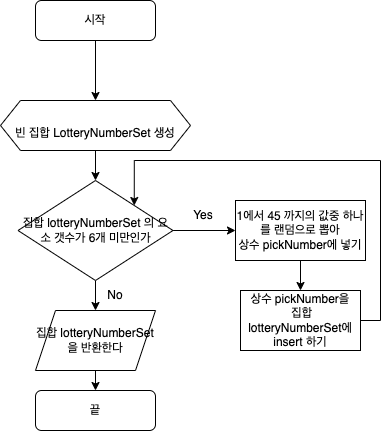
The draw.io diagram CodeStarterCamp_Week2/Step1_순서도.png in yagom-academy/swift-starter-Round2, before a commit. Source tidied: cells renumbered, new cells last; positions are measured from the earlier drawing's top-left corner, leaving out a move shared by most shapes. Source of this version:
```xml
<mxGraphModel>
  <root>
    <mxCell id="0" />
    <mxCell id="1" parent="0" />
    <mxCell id="2" style="edgeStyle=orthogonalEdgeStyle;rounded=0;jettySize=auto;html=1;exitX=0.5;exitY=1;exitDx=0;exitDy=0;" parent="1" edge="1" source="3" target="6">
      <mxGeometry relative="1" as="geometry" />
    </mxCell>
    <mxCell id="3" value="시작" style="rounded=1;whiteSpace=wrap;html=1;fontSize=12;glass=0;strokeWidth=1;shadow=0;" parent="1" vertex="1">
      <mxGeometry x="35" width="120" height="40" as="geometry" />
    </mxCell>
    <mxCell id="4" value="끝" style="rounded=1;whiteSpace=wrap;html=1;fontSize=12;glass=0;strokeWidth=1;shadow=0;" parent="1" vertex="1">
      <mxGeometry x="35" y="390" width="120" height="40" as="geometry" />
    </mxCell>
    <mxCell id="5" style="edgeStyle=orthogonalEdgeStyle;rounded=0;jettySize=auto;html=1;exitX=0.5;exitY=1;exitDx=0;exitDy=0;entryX=0.5;entryY=0;entryDx=0;entryDy=0;" parent="1" edge="1" source="6" target="9">
      <mxGeometry relative="1" as="geometry" />
    </mxCell>
    <mxCell id="6" value="&lt;br&gt;빈 집합 LotteryNumberSet 생성" style="shape=hexagon;perimeter=hexagonPerimeter2;whiteSpace=wrap;html=1;fixedSize=1;" parent="1" vertex="1">
      <mxGeometry y="100" width="190" height="50" as="geometry" />
    </mxCell>
    <mxCell id="7" style="edgeStyle=orthogonalEdgeStyle;rounded=0;jettySize=auto;html=1;exitX=0.5;exitY=1;exitDx=0;exitDy=0;" parent="1" edge="1" source="9" target="11">
      <mxGeometry relative="1" as="geometry" />
    </mxCell>
    <mxCell id="8" style="edgeStyle=orthogonalEdgeStyle;rounded=0;jettySize=auto;html=1;exitX=1;exitY=0.5;exitDx=0;exitDy=0;entryX=0;entryY=0.5;entryDx=0;entryDy=0;" parent="1" edge="1" source="9" target="14">
      <mxGeometry relative="1" as="geometry" />
    </mxCell>
    <mxCell id="9" value="집합 lotteryNumberSet 의 요소 갯수가 6개 미만인가" style="rhombus;whiteSpace=wrap;html=1;" parent="1" vertex="1">
      <mxGeometry x="17.5" y="180" width="155" height="100" as="geometry" />
    </mxCell>
    <mxCell id="10" style="edgeStyle=orthogonalEdgeStyle;rounded=0;jettySize=auto;html=1;exitX=0.5;exitY=1;exitDx=0;exitDy=0;entryX=0.5;entryY=0;entryDx=0;entryDy=0;" parent="1" edge="1" source="11" target="4">
      <mxGeometry relative="1" as="geometry" />
    </mxCell>
    <mxCell id="11" value="집합 lotteryNumberSet을 반환한다" style="shape=parallelogram;perimeter=parallelogramPerimeter;whiteSpace=wrap;html=1;fixedSize=1;" parent="1" vertex="1">
      <mxGeometry x="35" y="310" width="120" height="60" as="geometry" />
    </mxCell>
    <mxCell id="12" value="No" style="text;html=1;strokeColor=none;fillColor=none;align=center;verticalAlign=middle;whiteSpace=wrap;rounded=0;" parent="1" vertex="1">
      <mxGeometry x="85" y="280" width="60" height="30" as="geometry" />
    </mxCell>
    <mxCell id="13" style="edgeStyle=orthogonalEdgeStyle;rounded=0;jettySize=auto;html=1;exitX=0.5;exitY=1;exitDx=0;exitDy=0;entryX=0.5;entryY=0;entryDx=0;entryDy=0;" parent="1" edge="1" source="14" target="17">
      <mxGeometry relative="1" as="geometry" />
    </mxCell>
    <mxCell id="14" value="1에서 45 까지의 값중 하나를 랜덤으로 뽑아&lt;br&gt;상수 pickNumber에 넣기" style="rounded=0;whiteSpace=wrap;html=1;" parent="1" vertex="1">
      <mxGeometry x="235" y="200" width="130" height="60" as="geometry" />
    </mxCell>
    <mxCell id="15" value="Yes" style="text;html=1;strokeColor=none;fillColor=none;align=center;verticalAlign=middle;whiteSpace=wrap;rounded=0;" parent="1" vertex="1">
      <mxGeometry x="172.5" y="200" width="60" height="30" as="geometry" />
    </mxCell>
    <mxCell id="16" style="edgeStyle=orthogonalEdgeStyle;rounded=0;jettySize=auto;html=1;exitX=1;exitY=0.5;exitDx=0;exitDy=0;entryX=1;entryY=0;entryDx=0;entryDy=0;" parent="1" edge="1" source="17" target="9">
      <mxGeometry relative="1" as="geometry">
        <Array as="points">
          <mxPoint x="380" y="320" />
          <mxPoint x="380" y="160" />
          <mxPoint x="134" y="160" />
        </Array>
      </mxGeometry>
    </mxCell>
    <mxCell id="17" value="상수 pickNumber을&lt;br&gt;&amp;nbsp;집합 lotteryNumberSet에 insert 하기" style="rounded=0;whiteSpace=wrap;html=1;" parent="1" vertex="1">
      <mxGeometry x="240" y="290" width="120" height="60" as="geometry" />
    </mxCell>
  </root>
</mxGraphModel>
```
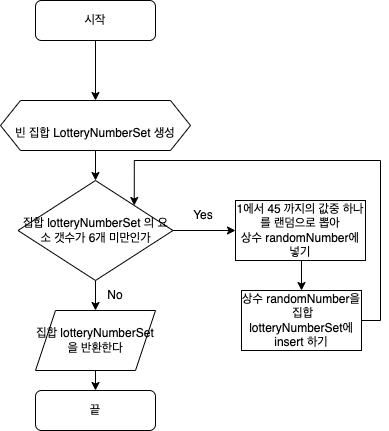
After the change.

The edit, as a diff of the source:
```diff
@@ -38,7 +38,7 @@
     <mxCell id="13" style="edgeStyle=orthogonalEdgeStyle;rounded=0;jettySize=auto;html=1;exitX=0.5;exitY=1;exitDx=0;exitDy=0;entryX=0.5;entryY=0;entryDx=0;entryDy=0;" parent="1" edge="1" source="14" target="17">
       <mxGeometry relative="1" as="geometry" />
     </mxCell>
-    <mxCell id="14" value="1에서 45 까지의 값중 하나를 랜덤으로 뽑아&lt;br&gt;상수 pickNumber에 넣기" style="rounded=0;whiteSpace=wrap;html=1;" parent="1" vertex="1">
+    <mxCell id="14" value="1에서 45 까지의 값중 하나를 랜덤으로 뽑아&lt;br&gt;상수 randomNumber에 넣기" style="rounded=0;whiteSpace=wrap;html=1;" parent="1" vertex="1">
       <mxGeometry x="235" y="200" width="130" height="60" as="geometry" />
     </mxCell>
     <mxCell id="15" value="Yes" style="text;html=1;strokeColor=none;fillColor=none;align=center;verticalAlign=middle;whiteSpace=wrap;rounded=0;" parent="1" vertex="1">
@@ -53,8 +53,8 @@
         </Array>
       </mxGeometry>
     </mxCell>
-    <mxCell id="17" value="상수 pickNumber을&lt;br&gt;&amp;nbsp;집합 lotteryNumberSet에 insert 하기" style="rounded=0;whiteSpace=wrap;html=1;" parent="1" vertex="1">
-      <mxGeometry x="240" y="290" width="120" height="60" as="geometry" />
+    <mxCell id="17" value="상수 randomNumber을&lt;br&gt;&amp;nbsp;집합 lotteryNumberSet에 insert 하기" style="rounded=0;whiteSpace=wrap;html=1;" parent="1" vertex="1">
+      <mxGeometry x="241" y="290" width="120" height="60" as="geometry" />
     </mxCell>
   </root>
 </mxGraphModel>
```
